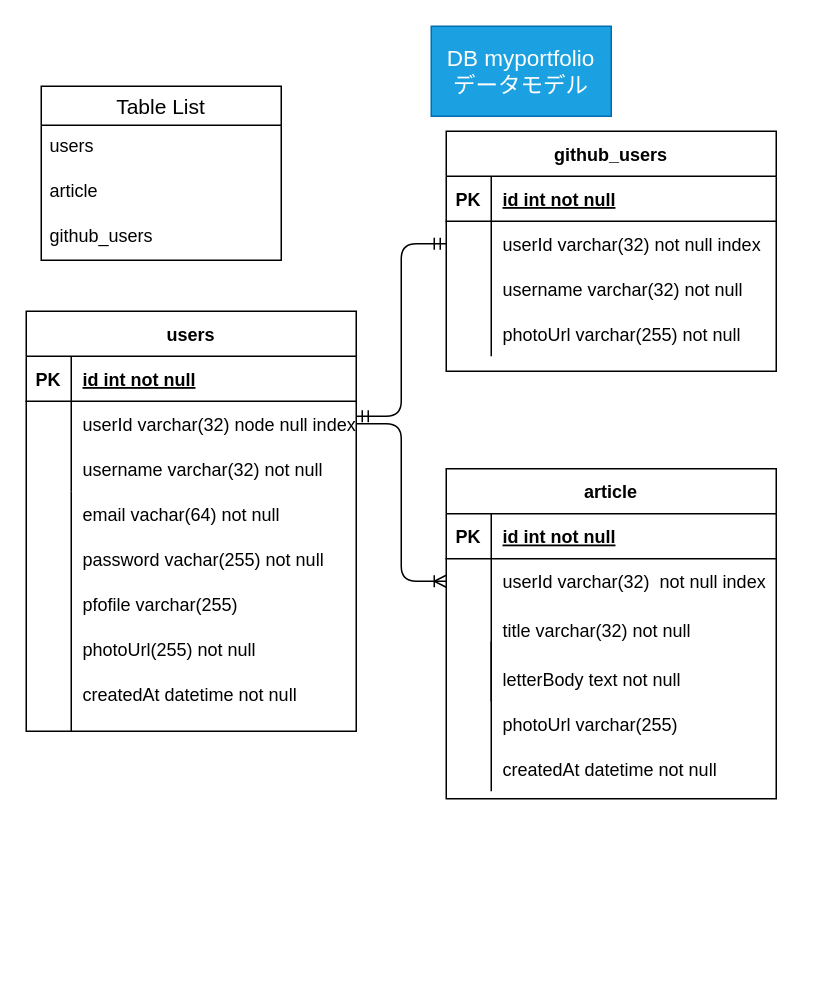
The draw.io diagram db.dio in hirohana/technologypost-backend, before the edit. Source tidied: cells renumbered, new cells numbered last; positions are measured from the earlier drawing's top-left corner, leaving out a move shared by most shapes. Both pictures are drawn from the tidied source at 150%, with x=0, y=0 at pixel (26, 26).
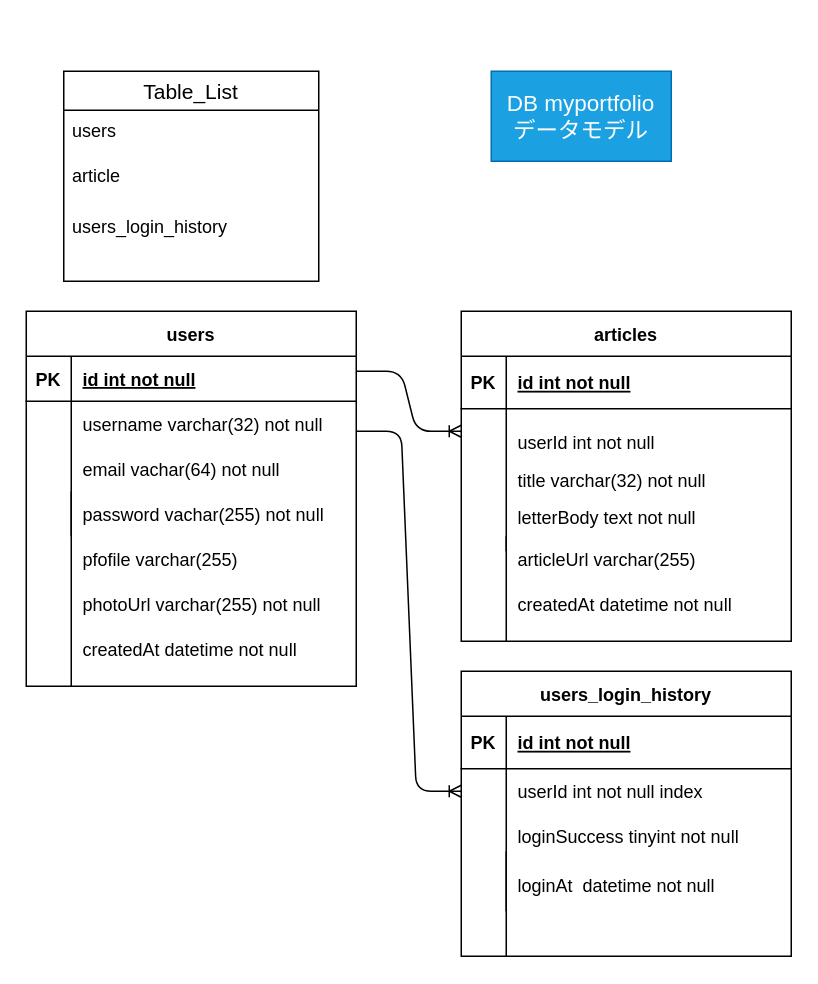
After the change.

Diff of the diagram source:
```diff
@@
     <mxCell id="2" value="users" style="shape=table;startSize=30;childLayout=tableLayout;rowLines=0;fontStyle=1;align=center;" parent="1" vertex="1">
-      <mxGeometry y="190" width="220" height="280" as="geometry" />
+      <mxGeometry y="190" width="220" height="250" as="geometry" />
     </mxCell>
@@
+    <mxCell id="17" style="shape=partialRectangle;fillColor=none;top=0;left=0;bottom=0;right=0;points=[[0,0.5],[1,0.5]];portConstraint=eastwest;" parent="2" vertex="1">
+      <mxGeometry y="60" width="220" height="30" as="geometry" />
+    </mxCell>
+    <mxCell id="58" style="shape=partialRectangle;fillColor=none;top=0;left=0;bottom=0;right=0;overflow=hidden;" parent="17" vertex="1">
+      <mxGeometry width="30" height="30" as="geometry" />
+    </mxCell>
+    <mxCell id="22" value="username varchar(32) not null" style="shape=partialRectangle;fillColor=none;top=0;left=0;bottom=0;right=0;align=left;spacingLeft=6;overflow=hidden;" parent="17" vertex="1">
+      <mxGeometry x="30" width="190" height="30" as="geometry" />
+    </mxCell>
+    <mxCell id="9" style="shape=partialRectangle;fillColor=none;top=0;left=0;bottom=0;right=0;" parent="2" vertex="1">
+      <mxGeometry y="90" width="220" height="30" as="geometry" />
+    </mxCell>
+    <mxCell id="10" style="shape=partialRectangle;fillColor=none;top=0;left=0;bottom=0;right=0;overflow=hidden;" parent="9" vertex="1">
+      <mxGeometry width="30" height="30" as="geometry" />
+    </mxCell>
+    <mxCell id="11" style="shape=partialRectangle;fillColor=none;top=0;left=0;bottom=0;right=0;align=left;spacingLeft=6;overflow=hidden;" parent="9" vertex="1">
+      <mxGeometry x="30" width="190" height="30" as="geometry" />
+    </mxCell>
     <mxCell id="6" style="shape=partialRectangle;fillColor=none;top=0;left=0;bottom=0;right=0;points=[[0,0.5],[1,0.5]];portConstraint=eastwest;" parent="2" vertex="1">
-      <mxGeometry y="60" width="220" height="30" as="geometry" />
+      <mxGeometry y="120" width="220" height="30" as="geometry" />
     </mxCell>
@@
-    <mxCell id="8" value="userId varchar(32) node null index" style="shape=partialRectangle;fillColor=none;top=0;left=0;bottom=0;right=0;align=left;spacingLeft=6;overflow=hidden;" parent="6" vertex="1">
+    <mxCell id="8" style="shape=partialRectangle;fillColor=none;top=0;left=0;bottom=0;right=0;align=left;spacingLeft=6;overflow=hidden;" parent="6" vertex="1">
       <mxGeometry x="30" width="190" height="30" as="geometry" />
     </mxCell>
-    <mxCell id="9" style="shape=partialRectangle;fillColor=none;top=0;left=0;bottom=0;right=0;" parent="2" vertex="1">
-      <mxGeometry y="90" width="220" height="30" as="geometry" />
-    </mxCell>
-    <mxCell id="10" style="shape=partialRectangle;fillColor=none;top=0;left=0;bottom=0;right=0;overflow=hidden;" parent="9" vertex="1">
-      <mxGeometry width="30" height="30" as="geometry" />
-    </mxCell>
-    <mxCell id="11" value="username varchar(32) not null" style="shape=partialRectangle;fillColor=none;top=0;left=0;bottom=0;right=0;align=left;spacingLeft=6;overflow=hidden;" parent="9" vertex="1">
-      <mxGeometry x="30" width="190" height="30" as="geometry" />
-    </mxCell>
     <mxCell id="12" value="&lt;font style=&quot;font-size: 15px&quot;&gt;DB myportfolio&lt;br&gt;データモデル&lt;/font&gt;" style="whiteSpace=wrap;html=1;fillColor=#1ba1e2;fontColor=#ffffff;strokeColor=#006EAF;" parent="1" vertex="1">
-      <mxGeometry x="270" width="120" height="60" as="geometry" />
+      <mxGeometry x="310" y="30" width="120" height="60" as="geometry" />
     </mxCell>
-    <mxCell id="13" value="github_users" style="shape=table;startSize=30;childLayout=tableLayout;rowLines=0;fontStyle=1;align=center;" parent="1" vertex="1">
-      <mxGeometry x="280" y="70" width="220" height="160" as="geometry" />
-    </mxCell>
-    <mxCell id="14" style="shape=partialRectangle;fillColor=none;top=0;left=0;bottom=1;right=0;" parent="13" vertex="1">
-      <mxGeometry y="30" width="220" height="30" as="geometry" />
-    </mxCell>
-    <mxCell id="15" value="PK" style="shape=partialRectangle;fillColor=none;top=0;left=0;bottom=0;right=0;fontStyle=1;overflow=hidden;" parent="14" vertex="1">
-      <mxGeometry width="30" height="30" as="geometry" />
-    </mxCell>
-    <mxCell id="16" value="id int not null" style="shape=partialRectangle;fillColor=none;top=0;left=0;bottom=0;right=0;align=left;spacingLeft=6;fontStyle=5;overflow=hidden;" parent="14" vertex="1">
-      <mxGeometry x="30" width="190" height="30" as="geometry" />
-    </mxCell>
-    <mxCell id="17" style="shape=partialRectangle;fillColor=none;top=0;left=0;bottom=0;right=0;points=[[0,0.5],[1,0.5]];portConstraint=eastwest;" parent="13" vertex="1">
-      <mxGeometry y="60" width="220" height="30" as="geometry" />
-    </mxCell>
-    <mxCell id="18" style="shape=partialRectangle;fillColor=none;top=0;left=0;bottom=0;right=0;overflow=hidden;" parent="17" vertex="1">
-      <mxGeometry width="30" height="30" as="geometry" />
-    </mxCell>
-    <mxCell id="19" value="userId varchar(32) not null index" style="shape=partialRectangle;fillColor=none;top=0;left=0;bottom=0;right=0;align=left;spacingLeft=6;overflow=hidden;" parent="17" vertex="1">
-      <mxGeometry x="30" width="190" height="30" as="geometry" />
-    </mxCell>
-    <mxCell id="20" style="shape=partialRectangle;fillColor=none;top=0;left=0;bottom=0;right=0;" parent="13" vertex="1">
-      <mxGeometry y="90" width="220" height="30" as="geometry" />
-    </mxCell>
-    <mxCell id="21" style="shape=partialRectangle;fillColor=none;top=0;left=0;bottom=0;right=0;overflow=hidden;" parent="20" vertex="1">
-      <mxGeometry width="30" height="30" as="geometry" />
-    </mxCell>
-    <mxCell id="22" value="username varchar(32) not null" style="shape=partialRectangle;fillColor=none;top=0;left=0;bottom=0;right=0;align=left;spacingLeft=6;overflow=hidden;" parent="20" vertex="1">
-      <mxGeometry x="30" width="190" height="30" as="geometry" />
-    </mxCell>
-    <mxCell id="23" style="shape=partialRectangle;fillColor=none;top=0;left=0;bottom=0;right=0;" parent="13" vertex="1">
-      <mxGeometry y="120" width="220" height="30" as="geometry" />
-    </mxCell>
-    <mxCell id="24" style="shape=partialRectangle;fillColor=none;top=0;left=0;bottom=0;right=0;overflow=hidden;" parent="23" vertex="1">
-      <mxGeometry width="30" height="30" as="geometry" />
-    </mxCell>
-    <mxCell id="25" value="photoUrl varchar(255) not null" style="shape=partialRectangle;fillColor=none;top=0;left=0;bottom=0;right=0;align=left;spacingLeft=6;overflow=hidden;" parent="23" vertex="1">
-      <mxGeometry x="30" width="190" height="30" as="geometry" />
-    </mxCell>
-    <mxCell id="26" value="article" style="shape=table;startSize=30;childLayout=tableLayout;rowLines=0;fontStyle=1;align=center;" parent="1" vertex="1">
-      <mxGeometry x="280" y="295" width="220" height="220" as="geometry" />
+    <mxCell id="26" value="articles" style="shape=table;startSize=30;childLayout=tableLayout;rowLines=0;fontStyle=1;align=center;" parent="1" vertex="1">
+      <mxGeometry x="290" y="190" width="220" height="220" as="geometry" />
     </mxCell>
     <mxCell id="27" style="shape=partialRectangle;fillColor=none;top=0;left=0;bottom=1;right=0;" parent="26" vertex="1">
-      <mxGeometry y="30" width="220" height="30" as="geometry" />
+      <mxGeometry y="30" width="220" height="35" as="geometry" />
     </mxCell>
     <mxCell id="28" value="PK" style="shape=partialRectangle;fillColor=none;top=0;left=0;bottom=0;right=0;fontStyle=1;overflow=hidden;" parent="27" vertex="1">
-      <mxGeometry width="30" height="30" as="geometry" />
+      <mxGeometry width="30" height="35" as="geometry" />
     </mxCell>
     <mxCell id="29" value="id int not null" style="shape=partialRectangle;fillColor=none;top=0;left=0;bottom=0;right=0;align=left;spacingLeft=6;fontStyle=5;overflow=hidden;" parent="27" vertex="1">
-      <mxGeometry x="30" width="190" height="30" as="geometry" />
+      <mxGeometry x="30" width="190" height="35" as="geometry" />
     </mxCell>
     <mxCell id="30" style="shape=partialRectangle;fillColor=none;top=0;left=0;bottom=0;right=0;points=[[0,0.5],[1,0.5]];portConstraint=eastwest;" parent="26" vertex="1">
-      <mxGeometry y="60" width="220" height="30" as="geometry" />
+      <mxGeometry y="65" width="220" height="30" as="geometry" />
     </mxCell>
@@
-    <mxCell id="32" value="userId varchar(32)  not null index" style="shape=partialRectangle;fillColor=none;top=0;left=0;bottom=0;right=0;align=left;spacingLeft=6;overflow=hidden;" parent="30" vertex="1">
+    <mxCell id="32" style="shape=partialRectangle;fillColor=none;top=0;left=0;bottom=0;right=0;align=left;spacingLeft=6;overflow=hidden;" parent="30" vertex="1">
       <mxGeometry x="30" width="190" height="30" as="geometry" />
     </mxCell>
     <mxCell id="33" style="shape=partialRectangle;fillColor=none;top=0;left=0;bottom=0;right=0;" parent="26" vertex="1">
-      <mxGeometry y="90" width="220" height="35" as="geometry" />
+      <mxGeometry y="95" width="220" height="35" as="geometry" />
     </mxCell>
@@
     <mxCell id="36" style="shape=partialRectangle;fillColor=none;top=0;left=0;bottom=0;right=0;" parent="26" vertex="1">
-      <mxGeometry y="125" width="220" height="30" as="geometry" />
+      <mxGeometry y="130" width="220" height="30" as="geometry" />
     </mxCell>
@@
-    <mxCell id="38" value="letterBody text not null" style="shape=partialRectangle;fillColor=none;top=0;left=0;bottom=0;right=0;align=left;spacingLeft=6;overflow=hidden;" parent="36" vertex="1">
+    <mxCell id="38" style="shape=partialRectangle;fillColor=none;top=0;left=0;bottom=0;right=0;align=left;spacingLeft=6;overflow=hidden;" parent="36" vertex="1">
       <mxGeometry x="30" width="190" height="30" as="geometry" />
     </mxCell>
     <mxCell id="39" style="shape=partialRectangle;fillColor=none;top=0;left=0;bottom=0;right=0;" parent="1" vertex="1">
-      <mxGeometry x="280" y="480" width="190" height="30" as="geometry" />
+      <mxGeometry x="290" y="370" width="190" height="30" as="geometry" />
     </mxCell>
@@
     <mxCell id="42" style="shape=partialRectangle;fillColor=none;top=0;left=0;bottom=0;right=0;" parent="1" vertex="1">
-      <mxGeometry x="280" y="450" width="180" height="30" as="geometry" />
+      <mxGeometry x="290" y="340" width="180" height="30" as="geometry" />
     </mxCell>
@@
-    <mxCell id="44" value="photoUrl varchar(255)" style="shape=partialRectangle;fillColor=none;top=0;left=0;bottom=0;right=0;align=left;spacingLeft=6;overflow=hidden;" parent="42" vertex="1">
+    <mxCell id="44" value="articleUrl varchar(255)" style="shape=partialRectangle;fillColor=none;top=0;left=0;bottom=0;right=0;align=left;spacingLeft=6;overflow=hidden;" parent="42" vertex="1">
       <mxGeometry x="30" width="150" height="30" as="geometry" />
     </mxCell>
-    <mxCell id="45" style="edgeStyle=entityRelationEdgeStyle;fontSize=12;html=1;endArrow=ERoneToMany;exitX=1;exitY=0.5;exitDx=0;exitDy=0;entryX=0;entryY=0.5;entryDx=0;entryDy=0;" parent="1" edge="1" source="6" target="30">
-      <mxGeometry relative="1" as="geometry" />
-    </mxCell>
     <mxCell id="46" style="endArrow=none;html=1;rounded=0;" parent="1" edge="1">
       <mxGeometry relative="1" as="geometry">
-        <mxPoint x="310" y="410" as="sourcePoint" />
-        <mxPoint x="310" y="510" as="targetPoint" />
+        <mxPoint x="320" y="340" as="sourcePoint" />
+        <mxPoint x="320" y="410" as="targetPoint" />
       </mxGeometry>
     </mxCell>
-    <mxCell id="47" value="Table List" style="swimlane;fontStyle=0;horizontal=1;startSize=26;align=center;fontSize=14;" parent="1" vertex="1">
-      <mxGeometry x="10" y="40" width="160" height="116" as="geometry" />
-    </mxCell>
-    <mxCell id="48" value="users" style="text;strokeColor=none;fillColor=none;spacingLeft=4;spacingRight=4;overflow=hidden;fontSize=12;" parent="47" vertex="1">
-      <mxGeometry y="26" width="160" height="30" as="geometry" />
-    </mxCell>
-    <mxCell id="49" value="article" style="text;strokeColor=none;fillColor=none;spacingLeft=4;spacingRight=4;overflow=hidden;fontSize=12;" parent="47" vertex="1">
-      <mxGeometry y="56" width="160" height="30" as="geometry" />
-    </mxCell>
-    <mxCell id="50" value="github_users" style="text;strokeColor=none;fillColor=none;spacingLeft=4;spacingRight=4;overflow=hidden;fontSize=12;" parent="47" vertex="1">
-      <mxGeometry y="86" width="160" height="30" as="geometry" />
-    </mxCell>
-    <mxCell id="51" style="edgeStyle=entityRelationEdgeStyle;fontSize=12;html=1;endArrow=ERmandOne;startArrow=ERmandOne;entryX=0;entryY=0.5;entryDx=0;entryDy=0;exitX=1;exitY=0.333;exitDx=0;exitDy=0;exitPerimeter=0;" parent="1" edge="1" source="6" target="17">
-      <mxGeometry relative="1" as="geometry" />
-    </mxCell>
     <mxCell id="52" value="pfofile varchar(255)" style="shape=partialRectangle;fillColor=none;top=0;left=0;bottom=0;right=0;align=left;spacingLeft=6;overflow=hidden;" parent="1" vertex="1">
-      <mxGeometry x="30" y="370" width="190" height="30" as="geometry" />
+      <mxGeometry x="30" y="340" width="190" height="30" as="geometry" />
     </mxCell>
     <mxCell id="53" value="createdAt datetime not null" style="shape=partialRectangle;fillColor=none;top=0;left=0;bottom=0;right=0;align=left;spacingLeft=6;overflow=hidden;" parent="1" vertex="1">
-      <mxGeometry x="30" y="430" width="150" height="30" as="geometry" />
+      <mxGeometry x="30" y="400" width="150" height="30" as="geometry" />
     </mxCell>
     <mxCell id="54" value="password vachar(255) not null" style="shape=partialRectangle;fillColor=none;top=0;left=0;bottom=0;right=0;align=left;spacingLeft=6;overflow=hidden;" parent="1" vertex="1">
-      <mxGeometry x="30" y="340" width="190" height="30" as="geometry" />
+      <mxGeometry x="30" y="310" width="190" height="30" as="geometry" />
     </mxCell>
     <mxCell id="55" style="endArrow=none;html=1;rounded=0;" parent="1" edge="1">
       <mxGeometry relative="1" as="geometry">
         <mxPoint x="30" y="310" as="sourcePoint" />
-        <mxPoint x="30" y="470" as="targetPoint" />
+        <mxPoint x="30" y="440" as="targetPoint" />
       </mxGeometry>
     </mxCell>
-    <mxCell id="56" value="photoUrl(255) not null" style="shape=partialRectangle;fillColor=none;top=0;left=0;bottom=0;right=0;align=left;spacingLeft=6;overflow=hidden;" parent="1" vertex="1">
-      <mxGeometry x="30" y="400" width="190" height="30" as="geometry" />
+    <mxCell id="56" value="photoUrl varchar(255) not null" style="shape=partialRectangle;fillColor=none;top=0;left=0;bottom=0;right=0;align=left;spacingLeft=6;overflow=hidden;" parent="1" vertex="1">
+      <mxGeometry x="30" y="370" width="190" height="30" as="geometry" />
     </mxCell>
     <mxCell id="57" value="email vachar(64) not null" style="shape=partialRectangle;fillColor=none;top=0;left=0;bottom=0;right=0;align=left;spacingLeft=6;overflow=hidden;" parent="1" vertex="1">
-      <mxGeometry x="30" y="310" width="190" height="30" as="geometry" />
+      <mxGeometry x="30" y="280" width="190" height="30" as="geometry" />
     </mxCell>
+    <mxCell id="59" value="users_login_history" style="shape=table;startSize=30;childLayout=tableLayout;rowLines=0;fontStyle=1;align=center;" parent="1" vertex="1">
+      <mxGeometry x="290" y="430" width="220" height="190" as="geometry" />
+    </mxCell>
+    <mxCell id="60" style="shape=partialRectangle;fillColor=none;top=0;left=0;bottom=1;right=0;" parent="59" vertex="1">
+      <mxGeometry y="30" width="220" height="35" as="geometry" />
+    </mxCell>
+    <mxCell id="15" value="PK" style="shape=partialRectangle;fillColor=none;top=0;left=0;bottom=0;right=0;fontStyle=1;overflow=hidden;" parent="60" vertex="1">
+      <mxGeometry width="30" height="35" as="geometry" />
+    </mxCell>
+    <mxCell id="16" value="id int not null" style="shape=partialRectangle;fillColor=none;top=0;left=0;bottom=0;right=0;align=left;spacingLeft=6;fontStyle=5;overflow=hidden;" parent="60" vertex="1">
+      <mxGeometry x="30" width="190" height="35" as="geometry" />
+    </mxCell>
+    <mxCell id="61" style="shape=partialRectangle;fillColor=none;top=0;left=0;bottom=0;right=0;points=[[0,0.5],[1,0.5]];portConstraint=eastwest;" parent="59" vertex="1">
+      <mxGeometry y="65" width="220" height="30" as="geometry" />
+    </mxCell>
+    <mxCell id="62" style="shape=partialRectangle;fillColor=none;top=0;left=0;bottom=0;right=0;overflow=hidden;" parent="61" vertex="1">
+      <mxGeometry width="30" height="30" as="geometry" />
+    </mxCell>
+    <mxCell id="63" value="userId int not null index" style="shape=partialRectangle;fillColor=none;top=0;left=0;bottom=0;right=0;align=left;spacingLeft=6;overflow=hidden;" parent="61" vertex="1">
+      <mxGeometry x="30" width="190" height="30" as="geometry" />
+    </mxCell>
+    <mxCell id="64" style="shape=partialRectangle;fillColor=none;top=0;left=0;bottom=0;right=0;" parent="59" vertex="1">
+      <mxGeometry y="95" width="220" height="30" as="geometry" />
+    </mxCell>
+    <mxCell id="65" style="shape=partialRectangle;fillColor=none;top=0;left=0;bottom=0;right=0;overflow=hidden;" parent="64" vertex="1">
+      <mxGeometry width="30" height="30" as="geometry" />
+    </mxCell>
+    <mxCell id="66" value="loginSuccess tinyint not null" style="shape=partialRectangle;fillColor=none;top=0;left=0;bottom=0;right=0;align=left;spacingLeft=6;overflow=hidden;" parent="64" vertex="1">
+      <mxGeometry x="30" width="190" height="30" as="geometry" />
+    </mxCell>
+    <mxCell id="67" style="shape=partialRectangle;fillColor=none;top=0;left=0;bottom=0;right=0;" parent="59" vertex="1">
+      <mxGeometry y="125" width="220" height="35" as="geometry" />
+    </mxCell>
+    <mxCell id="68" style="shape=partialRectangle;fillColor=none;top=0;left=0;bottom=0;right=0;overflow=hidden;" parent="67" vertex="1">
+      <mxGeometry width="30" height="35" as="geometry" />
+    </mxCell>
+    <mxCell id="69" value="loginAt  datetime not null" style="shape=partialRectangle;fillColor=none;top=0;left=0;bottom=0;right=0;align=left;spacingLeft=6;overflow=hidden;" parent="67" vertex="1">
+      <mxGeometry x="30" width="190" height="35" as="geometry" />
+    </mxCell>
+    <mxCell id="70" style="edgeStyle=entityRelationEdgeStyle;fontSize=12;html=1;endArrow=ERoneToMany;entryX=0;entryY=0.5;entryDx=0;entryDy=0;" parent="1" edge="1" target="61">
+      <mxGeometry relative="1" as="geometry">
+        <mxPoint x="220" y="270" as="sourcePoint" />
+      </mxGeometry>
+    </mxCell>
+    <mxCell id="71" value="Table_List" style="swimlane;fontStyle=0;horizontal=1;startSize=26;align=center;fontSize=14;" parent="1" vertex="1">
+      <mxGeometry x="25" y="30" width="170" height="140" as="geometry" />
+    </mxCell>
+    <mxCell id="48" value="users" style="text;strokeColor=none;fillColor=none;spacingLeft=4;spacingRight=4;overflow=hidden;fontSize=12;" parent="71" vertex="1">
+      <mxGeometry y="26" width="170" height="30" as="geometry" />
+    </mxCell>
+    <mxCell id="49" value="article" style="text;strokeColor=none;fillColor=none;spacingLeft=4;spacingRight=4;overflow=hidden;fontSize=12;" parent="71" vertex="1">
+      <mxGeometry y="56" width="170" height="34" as="geometry" />
+    </mxCell>
+    <mxCell id="72" value="users_login_history" style="text;strokeColor=none;fillColor=none;spacingLeft=4;spacingRight=4;overflow=hidden;fontSize=12;" parent="71" vertex="1">
+      <mxGeometry y="90" width="170" height="50" as="geometry" />
+    </mxCell>
+    <mxCell id="73" style="endArrow=none;html=1;rounded=0;" parent="1" edge="1">
+      <mxGeometry relative="1" as="geometry">
+        <mxPoint x="320" y="550" as="sourcePoint" />
+        <mxPoint x="320" y="620" as="targetPoint" />
+        <Array as="points">
+          <mxPoint x="320" y="620" />
+        </Array>
+      </mxGeometry>
+    </mxCell>
+    <mxCell id="74" value="letterBody text not null" style="shape=partialRectangle;fillColor=none;top=0;left=0;bottom=0;right=0;align=left;spacingLeft=6;overflow=hidden;" parent="1" vertex="1">
+      <mxGeometry x="320" y="310" width="190" height="35" as="geometry" />
+    </mxCell>
+    <mxCell id="75" value="userId int not null" style="shape=partialRectangle;fillColor=none;top=0;left=0;bottom=0;right=0;align=left;spacingLeft=6;overflow=hidden;" parent="1" vertex="1">
+      <mxGeometry x="320" y="260" width="190" height="35" as="geometry" />
+    </mxCell>
+    <mxCell id="76" style="edgeStyle=entityRelationEdgeStyle;fontSize=12;html=1;endArrow=ERoneToMany;entryX=0;entryY=0.5;entryDx=0;entryDy=0;" parent="1" edge="1" target="30">
+      <mxGeometry relative="1" as="geometry">
+        <mxPoint x="220" y="230" as="sourcePoint" />
+      </mxGeometry>
+    </mxCell>
```
